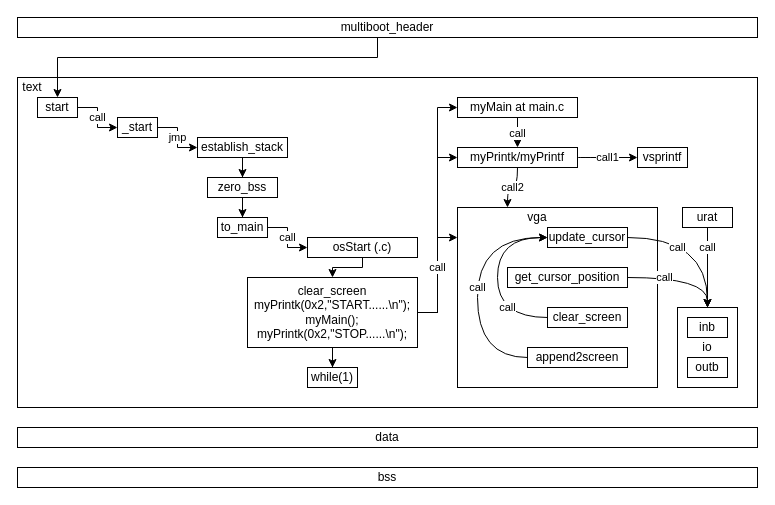
caochenrui/Draw.io keeps this draw.io diagram as OS Lab2.drawio. Above is the earlier version. Source tidied: cells renumbered, new cells numbered last; positions are measured from the earlier drawing's top-left corner, leaving out a move shared by most shapes. Both pictures are drawn from the tidied source at 100%, with x=0, y=0 at pixel (17, 17).
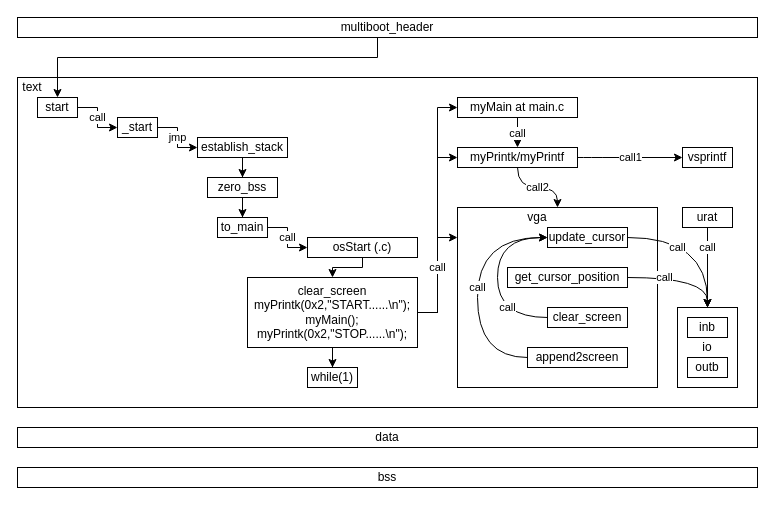
The same page after the edit.

The change refers to these unchanged cells:
```xml
<mxCell id="28" value="myPrintk/myPrintf" style="rounded=0;whiteSpace=wrap;html=1;" parent="1" vertex="1">
  <mxGeometry x="440" y="130" width="120" height="20" as="geometry" />
</mxCell>
<mxCell id="33" style="whiteSpace=wrap;html=1;rounded=0;" parent="1" vertex="1">
  <mxGeometry x="440" y="190" width="200" height="180" as="geometry" />
</mxCell>
```

Diff of the diagram source:
```diff
@@
-    <mxCell id="27" value="call2" style="edgeStyle=orthogonalEdgeStyle;rounded=0;jettySize=auto;html=1;curved=1;entryX=0.25;entryY=0;entryDx=0;entryDy=0;" parent="1" edge="1" source="28" target="33">
+    <mxCell id="27" value="call2" style="edgeStyle=orthogonalEdgeStyle;rounded=0;jettySize=auto;html=1;curved=1;" parent="1" edge="1" source="28" target="33">
       <mxGeometry relative="1" as="geometry" />
     </mxCell>
@@
     <mxCell id="32" value="vsprintf" style="rounded=0;whiteSpace=wrap;html=1;" parent="1" vertex="1">
-      <mxGeometry x="620" y="130" width="50" height="20" as="geometry" />
+      <mxGeometry x="665" y="130" width="50" height="20" as="geometry" />
     </mxCell>
```
